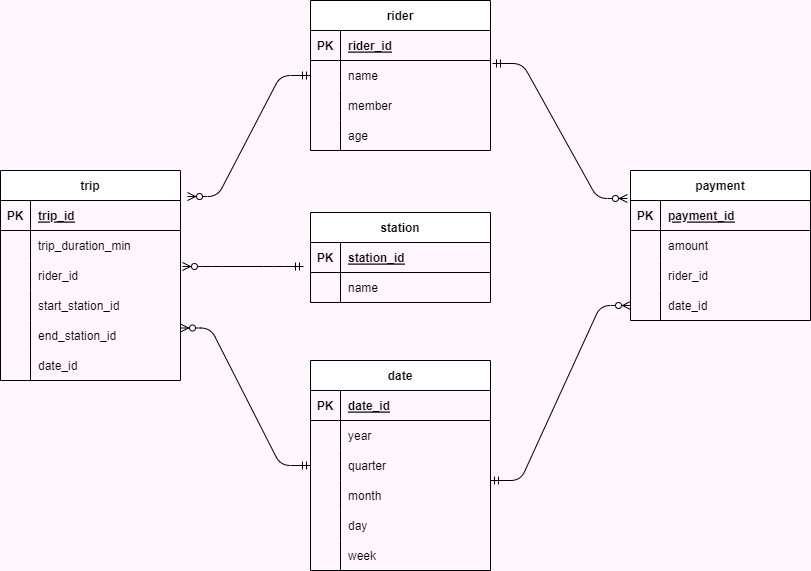
Above: warehouse_project/schema.png in neverset123/DataModeling (draw.io), before the change. Source tidied: cells renumbered, new cells last; positions are measured from the earlier drawing's top-left corner, leaving out a move shared by most shapes.
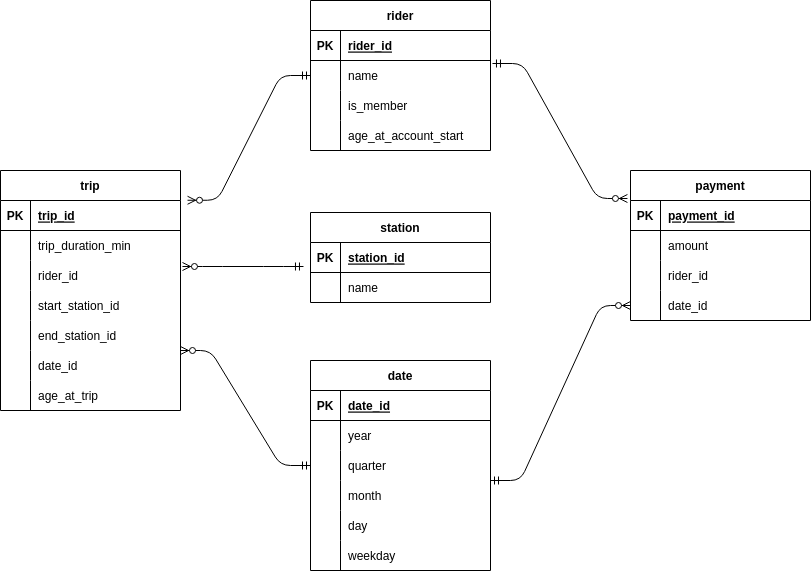
The same diagram one commit later.

The edit, as a diff of the source:
```diff
@@ -1,9 +1,9 @@
-<mxGraphModel background="#FFF7FD">
+<mxGraphModel background="#FFFFFF">
   <root>
     <mxCell id="0" />
     <mxCell id="1" parent="0" />
     <mxCell id="2" value="trip" style="shape=table;startSize=30;rowLines=0;fontStyle=1;align=center;" parent="1" vertex="1">
-      <mxGeometry y="170" width="180" height="210" as="geometry" />
+      <mxGeometry y="170" width="180" height="240" as="geometry" />
     </mxCell>
     <mxCell id="3" style="shape=tableRow;horizontal=0;startSize=0;swimlaneHead=0;swimlaneBody=0;fillColor=none;top=0;left=0;right=0;bottom=1;" parent="2" vertex="1">
       <mxGeometry y="30" width="180" height="30" as="geometry" />
@@ -59,6 +59,15 @@
     <mxCell id="20" value="date_id" style="shape=partialRectangle;fillColor=none;top=0;left=0;bottom=0;right=0;align=left;spacingLeft=6;overflow=hidden;" parent="18" vertex="1">
       <mxGeometry x="30" width="150" height="30" as="geometry" />
     </mxCell>
+    <mxCell id="78" style="shape=tableRow;horizontal=0;startSize=0;swimlaneHead=0;swimlaneBody=0;fillColor=none;top=0;left=0;right=0;bottom=0;" parent="2" vertex="1">
+      <mxGeometry y="210" width="180" height="30" as="geometry" />
+    </mxCell>
+    <mxCell id="79" style="shape=partialRectangle;fillColor=none;top=0;left=0;bottom=0;right=0;overflow=hidden;" parent="78" vertex="1">
+      <mxGeometry width="30" height="30" as="geometry" />
+    </mxCell>
+    <mxCell id="80" value="age_at_trip" style="shape=partialRectangle;fillColor=none;top=0;left=0;bottom=0;right=0;align=left;spacingLeft=6;overflow=hidden;" parent="78" vertex="1">
+      <mxGeometry x="30" width="150" height="30" as="geometry" />
+    </mxCell>
     <mxCell id="21" value="rider" style="shape=table;startSize=30;rowLines=0;fontStyle=1;align=center;" parent="1" vertex="1">
       <mxGeometry x="310" width="180" height="150" as="geometry" />
     </mxCell>
@@ -86,7 +95,7 @@
     <mxCell id="29" style="shape=partialRectangle;fillColor=none;top=0;left=0;bottom=0;right=0;overflow=hidden;" parent="28" vertex="1">
       <mxGeometry width="30" height="30" as="geometry" />
     </mxCell>
-    <mxCell id="30" value="member" style="shape=partialRectangle;fillColor=none;top=0;left=0;bottom=0;right=0;align=left;spacingLeft=6;overflow=hidden;" parent="28" vertex="1">
+    <mxCell id="30" value="is_member" style="shape=partialRectangle;fillColor=none;top=0;left=0;bottom=0;right=0;align=left;spacingLeft=6;overflow=hidden;" parent="28" vertex="1">
       <mxGeometry x="30" width="150" height="30" as="geometry" />
     </mxCell>
     <mxCell id="31" style="shape=tableRow;horizontal=0;startSize=0;swimlaneHead=0;swimlaneBody=0;fillColor=none;top=0;left=0;right=0;bottom=0;" parent="21" vertex="1">
@@ -95,7 +104,7 @@
     <mxCell id="32" style="shape=partialRectangle;fillColor=none;top=0;left=0;bottom=0;right=0;overflow=hidden;" parent="31" vertex="1">
       <mxGeometry width="30" height="30" as="geometry" />
     </mxCell>
-    <mxCell id="33" value="age" style="shape=partialRectangle;fillColor=none;top=0;left=0;bottom=0;right=0;align=left;spacingLeft=6;overflow=hidden;" parent="31" vertex="1">
+    <mxCell id="33" value="age_at_account_start" style="shape=partialRectangle;fillColor=none;top=0;left=0;bottom=0;right=0;align=left;spacingLeft=6;overflow=hidden;" parent="31" vertex="1">
       <mxGeometry x="30" width="150" height="30" as="geometry" />
     </mxCell>
     <mxCell id="34" value="station" style="shape=table;startSize=30;rowLines=0;fontStyle=1;align=center;" parent="1" vertex="1">
@@ -212,7 +221,7 @@
     <mxCell id="71" style="shape=partialRectangle;fillColor=none;top=0;left=0;bottom=0;right=0;overflow=hidden;" parent="70" vertex="1">
       <mxGeometry width="30" height="30" as="geometry" />
     </mxCell>
-    <mxCell id="72" value="week" style="shape=partialRectangle;fillColor=none;top=0;left=0;bottom=0;right=0;align=left;spacingLeft=6;overflow=hidden;" parent="70" vertex="1">
+    <mxCell id="72" value="weekday" style="shape=partialRectangle;fillColor=none;top=0;left=0;bottom=0;right=0;align=left;spacingLeft=6;overflow=hidden;" parent="70" vertex="1">
       <mxGeometry x="30" width="150" height="30" as="geometry" />
     </mxCell>
     <mxCell id="73" style="edgeStyle=entityRelationEdgeStyle;fontSize=12;html=1;endArrow=ERzeroToMany;startArrow=ERmandOne;exitX=0;exitY=0.5;exitDx=0;exitDy=0;entryX=1.039;entryY=0.124;entryDx=0;entryDy=0;entryPerimeter=0;" parent="1" edge="1" source="25" target="2">
```
